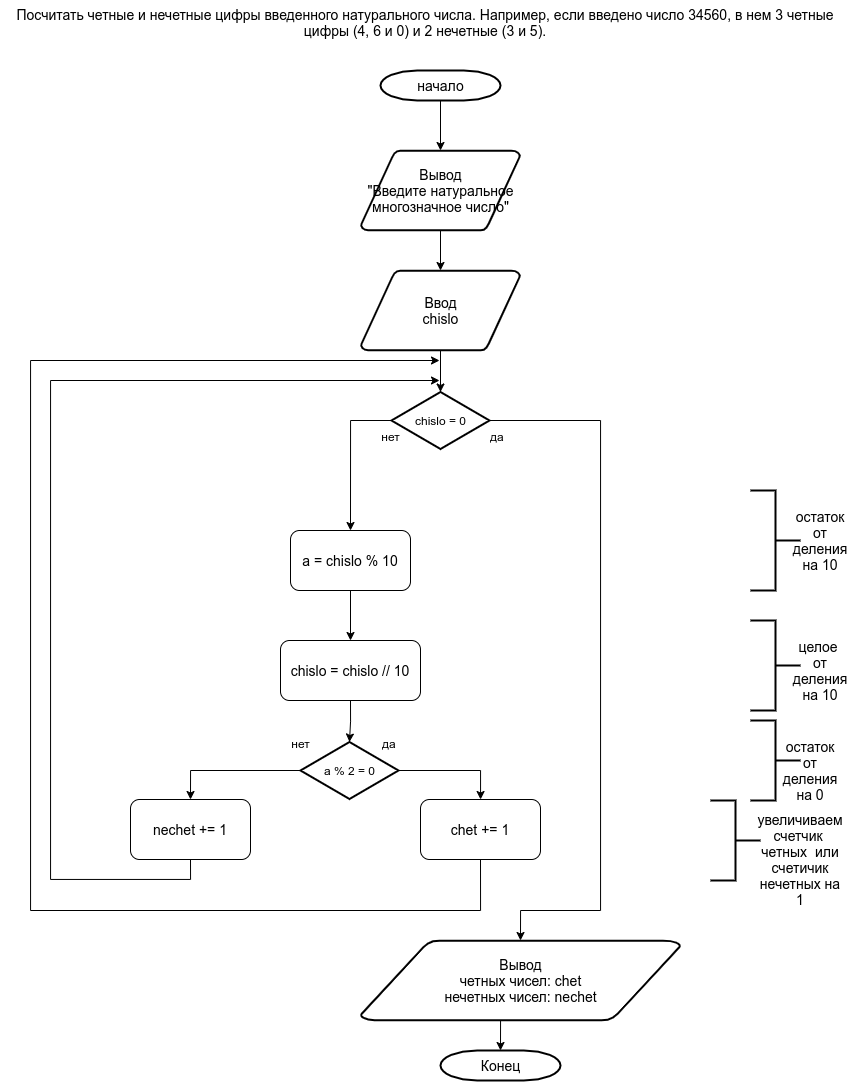
Before: les2-task2.png, a diagram exported from draw.io (log-box/pythonAlgorithmsAndDataStructure). Source tidied: cells renumbered, new cells last; positions are measured from the earlier drawing's top-left corner, leaving out a move shared by most shapes.
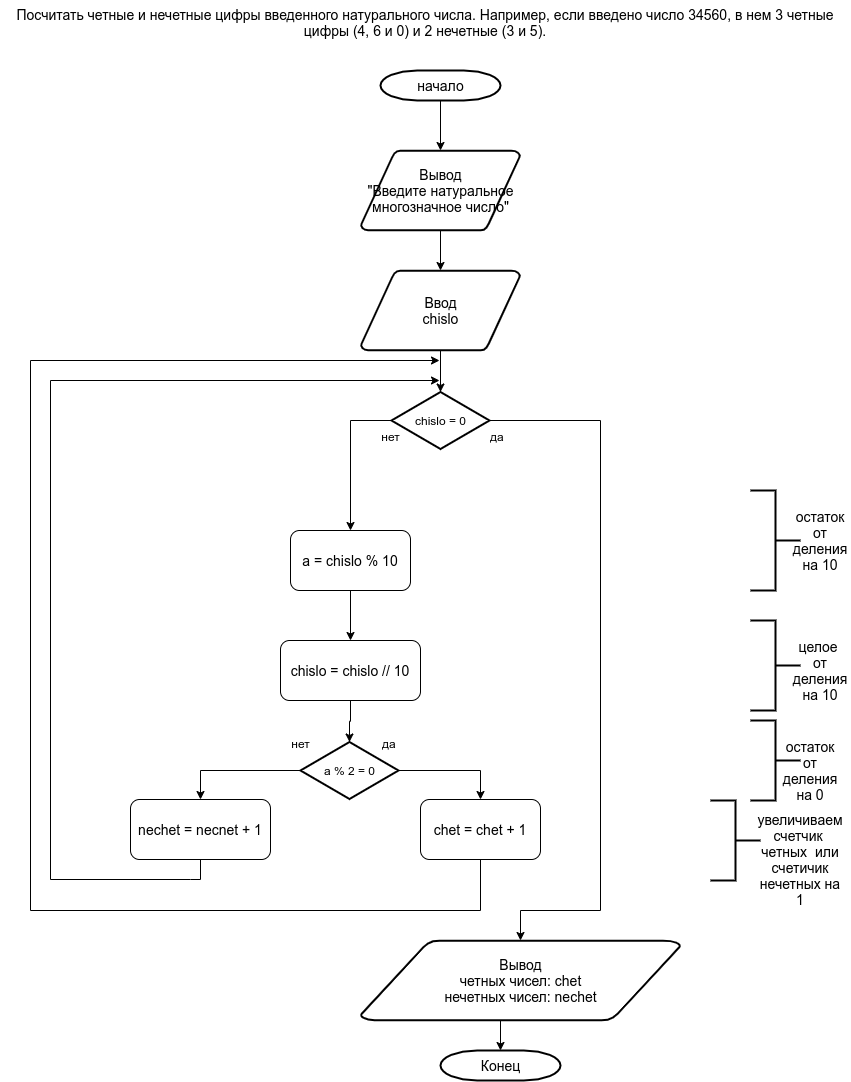
The same diagram one commit later.

The edit, as a diff of the source:
```diff
@@ -70,7 +70,7 @@
         </Array>
       </mxGeometry>
     </mxCell>
-    <mxCell id="22" value="chet += 1" style="rounded=1;whiteSpace=wrap;html=1;fontSize=14;align=center;" parent="1" vertex="1">
+    <mxCell id="22" value="chet = chet + 1" style="rounded=1;whiteSpace=wrap;html=1;fontSize=14;align=center;" parent="1" vertex="1">
       <mxGeometry x="420" y="799" width="120" height="60" as="geometry" />
     </mxCell>
     <mxCell id="23" style="strokeWidth=2;html=1;shape=mxgraph.flowchart.annotation_2;align=left;labelPosition=right;fontSize=14;rotation=-180;" parent="1" vertex="1">
@@ -90,8 +90,8 @@
         </Array>
       </mxGeometry>
     </mxCell>
-    <mxCell id="26" value="nechet += 1" style="rounded=1;whiteSpace=wrap;html=1;fontSize=14;align=center;" parent="1" vertex="1">
-      <mxGeometry x="130" y="799" width="120" height="60" as="geometry" />
+    <mxCell id="26" value="nechet = necnet + 1" style="rounded=1;whiteSpace=wrap;html=1;fontSize=14;align=center;" parent="1" vertex="1">
+      <mxGeometry x="130" y="799" width="140" height="60" as="geometry" />
     </mxCell>
     <mxCell id="27" style="edgeStyle=orthogonalEdgeStyle;rounded=0;jettySize=auto;html=1;exitX=0;exitY=0.5;exitDx=0;exitDy=0;exitPerimeter=0;entryX=0.5;entryY=0;entryDx=0;entryDy=0;fontSize=14;" parent="1" edge="1" source="18" target="26">
       <mxGeometry relative="1" as="geometry" />
```
